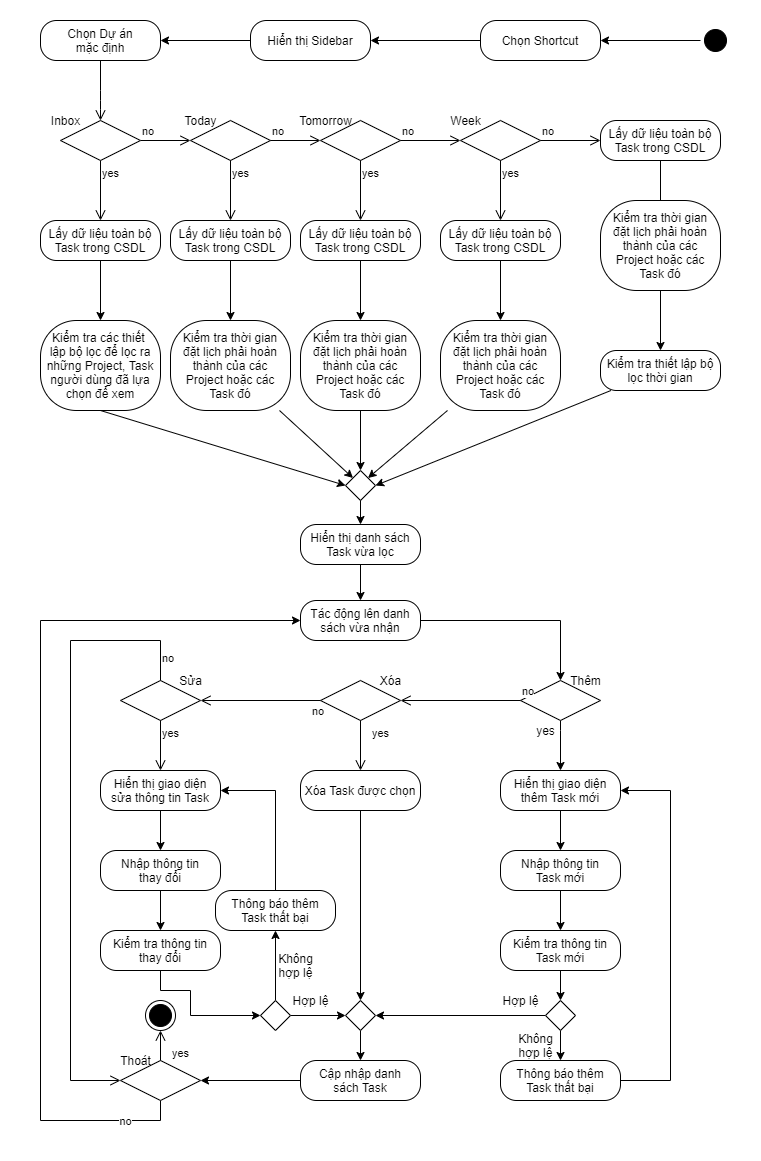
Above: ToDoApp-Doc/Document/Diagram/Activity Diagram/DefaultProjectManagement/ActivityDiagram_DefaultProjectManagement.png in Merevoli-DatLuu/To-Do-App (draw.io), before the change. Source tidied: cells renumbered, new cells last; positions are measured from the earlier drawing's top-left corner, leaving out a move shared by most shapes.
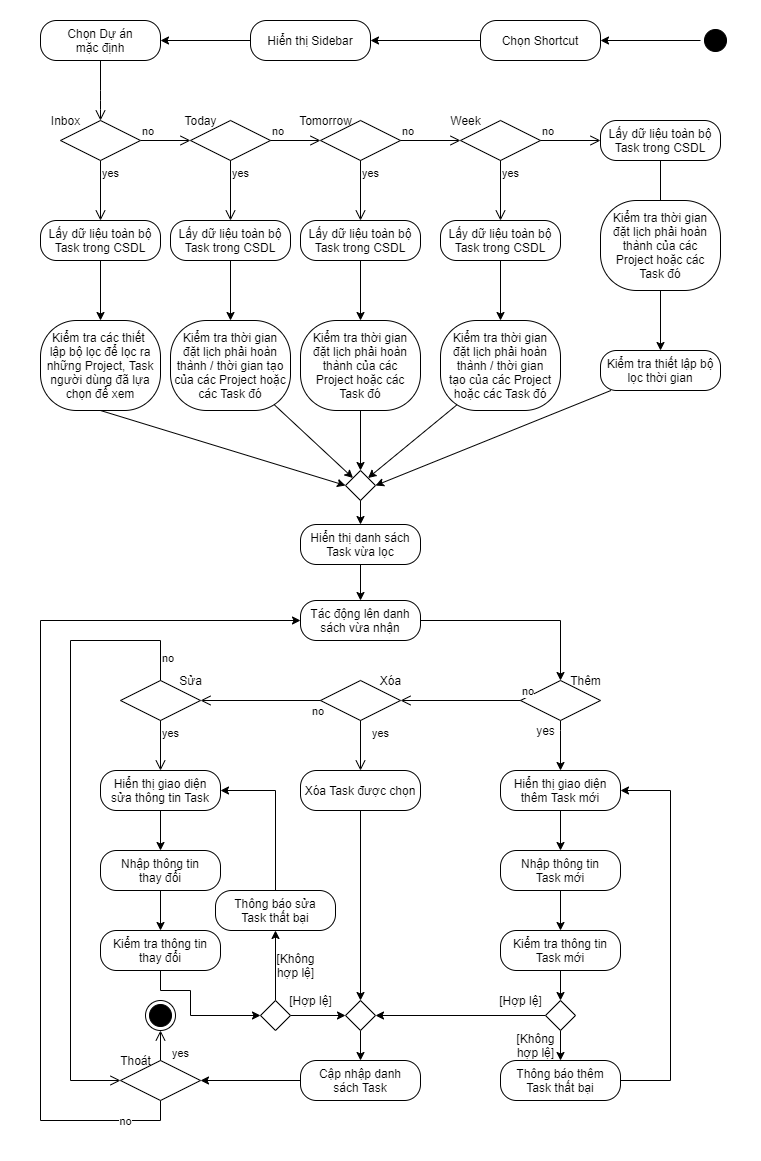
After the change.

Commit message:
'[Modified]: DefaultProjectManagement Activity Diagram

What changed in the source:
```diff
@@ -112,10 +112,10 @@
         <mxPoint x="660" y="210" as="targetPoint" />
       </mxGeometry>
     </mxCell>
-    <mxCell id="34" style="edgeStyle=none;rounded=0;jettySize=auto;html=1;entryX=0;entryY=0;entryDx=0;entryDy=0;strokeColor=#000000;" parent="1" edge="1" source="35" target="67">
+    <mxCell id="34" style="edgeStyle=none;rounded=0;jettySize=auto;html=1;entryX=0;entryY=0;entryDx=0;entryDy=0;strokeColor=#000000;exitX=0.864;exitY=0.935;exitDx=0;exitDy=0;exitPerimeter=0;" parent="1" edge="1" source="35" target="67">
       <mxGeometry relative="1" as="geometry" />
     </mxCell>
-    <mxCell id="35" value="&lt;table class=&quot;NormalTable&quot;&gt;&lt;tbody&gt;&lt;tr&gt;&lt;td width=&quot;200&quot;&gt;&lt;span class=&quot;fontstyle0&quot;&gt;Kiểm tra thời gian đặt lịch phải hoàn thành của các Project hoặc các Task đó&lt;/span&gt;&lt;/td&gt;&lt;/tr&gt;&lt;/tbody&gt;&lt;/table&gt; " style="rounded=1;whiteSpace=wrap;html=1;arcSize=40;" parent="1" vertex="1">
+    <mxCell id="35" value="&lt;table class=&quot;NormalTable&quot;&gt;&lt;tbody&gt;&lt;tr&gt;&lt;td width=&quot;200&quot;&gt;&lt;span class=&quot;fontstyle0&quot;&gt;Kiểm tra thời gian đặt lịch phải hoàn thành / thời gian tạo của các Project hoặc các Task đó&lt;/span&gt;&lt;/td&gt;&lt;/tr&gt;&lt;/tbody&gt;&lt;/table&gt; " style="rounded=1;whiteSpace=wrap;html=1;arcSize=40;" parent="1" vertex="1">
       <mxGeometry x="170" y="320" width="120" height="90" as="geometry" />
     </mxCell>
     <mxCell id="36" style="edgeStyle=none;rounded=0;jettySize=auto;html=1;entryX=0.5;entryY=0;entryDx=0;entryDy=0;strokeColor=#000000;" parent="1" edge="1" source="37" target="67">
@@ -124,10 +124,10 @@
     <mxCell id="37" value="&lt;table class=&quot;NormalTable&quot;&gt;&lt;tbody&gt;&lt;tr&gt;&lt;td width=&quot;200&quot;&gt;&lt;span class=&quot;fontstyle0&quot;&gt;Kiểm tra thời gian đặt lịch phải hoàn thành của các Project hoặc các Task đó&lt;/span&gt;&lt;/td&gt;&lt;/tr&gt;&lt;/tbody&gt;&lt;/table&gt; " style="rounded=1;whiteSpace=wrap;html=1;arcSize=40;" parent="1" vertex="1">
       <mxGeometry x="300" y="320" width="120" height="90" as="geometry" />
     </mxCell>
-    <mxCell id="38" style="edgeStyle=none;rounded=0;jettySize=auto;html=1;entryX=1;entryY=0;entryDx=0;entryDy=0;strokeColor=#000000;" parent="1" edge="1" source="39" target="67">
+    <mxCell id="38" style="edgeStyle=none;rounded=0;jettySize=auto;html=1;entryX=1;entryY=0;entryDx=0;entryDy=0;strokeColor=#000000;exitX=0.137;exitY=0.937;exitDx=0;exitDy=0;exitPerimeter=0;" parent="1" edge="1" source="39" target="67">
       <mxGeometry relative="1" as="geometry" />
     </mxCell>
-    <mxCell id="39" value="&lt;table class=&quot;NormalTable&quot;&gt;&lt;tbody&gt;&lt;tr&gt;&lt;td width=&quot;200&quot;&gt;&lt;span class=&quot;fontstyle0&quot;&gt;Kiểm tra thời gian đặt lịch phải hoàn thành của các Project hoặc các Task đó&lt;/span&gt;&lt;/td&gt;&lt;/tr&gt;&lt;/tbody&gt;&lt;/table&gt; " style="rounded=1;whiteSpace=wrap;html=1;arcSize=40;" parent="1" vertex="1">
+    <mxCell id="39" value="&lt;table class=&quot;NormalTable&quot;&gt;&lt;tbody&gt;&lt;tr&gt;&lt;td width=&quot;200&quot;&gt;&lt;span class=&quot;fontstyle0&quot;&gt;Kiểm tra thời gian đặt lịch phải hoàn thành&amp;nbsp;/ thời gian tạo&amp;nbsp;của các Project hoặc các Task đó&lt;br&gt;&lt;/span&gt;&lt;/td&gt;&lt;/tr&gt;&lt;/tbody&gt;&lt;/table&gt; " style="rounded=1;whiteSpace=wrap;html=1;arcSize=40;" parent="1" vertex="1">
       <mxGeometry x="440" y="320" width="120" height="90" as="geometry" />
     </mxCell>
     <mxCell id="40" style="edgeStyle=none;rounded=0;jettySize=auto;html=1;entryX=0.5;entryY=0;entryDx=0;entryDy=0;strokeColor=#000000;" parent="1" edge="1" source="41" target="43">
@@ -300,11 +300,11 @@
     <mxCell id="90" style="rhombus;strokeColor=#000000;fillColor=#FFFFFF;" parent="1" vertex="1">
       <mxGeometry x="545" y="1000" width="30" height="30" as="geometry" />
     </mxCell>
-    <mxCell id="91" value="Hợp lệ" style="text;html=1;align=center;verticalAlign=middle;" parent="1" vertex="1">
-      <mxGeometry x="285" y="990" width="50" height="20" as="geometry" />
+    <mxCell id="91" value="[Hợp lệ]" style="text;html=1;align=center;verticalAlign=middle;" parent="1" vertex="1">
+      <mxGeometry x="280" y="990" width="60" height="20" as="geometry" />
     </mxCell>
-    <mxCell id="92" value="Hợp lệ" style="text;html=1;align=center;verticalAlign=middle;" parent="1" vertex="1">
-      <mxGeometry x="495" y="990" width="50" height="20" as="geometry" />
+    <mxCell id="92" value="[Hợp lệ]" style="text;html=1;align=center;verticalAlign=middle;" parent="1" vertex="1">
+      <mxGeometry x="490" y="990" width="60" height="20" as="geometry" />
     </mxCell>
     <mxCell id="93" style="edgeStyle=orthogonalEdgeStyle;rounded=0;jettySize=auto;html=1;entryX=1;entryY=0.5;entryDx=0;entryDy=0;" parent="1" edge="1" source="94" target="54">
       <mxGeometry relative="1" as="geometry">
@@ -317,7 +317,7 @@
     <mxCell id="94" value="Thông báo thêm&lt;br&gt;Task thất bại" style="rounded=1;whiteSpace=wrap;html=1;arcSize=40;" parent="1" vertex="1">
       <mxGeometry x="500" y="1060" width="120" height="40" as="geometry" />
     </mxCell>
-    <mxCell id="95" value="Không&lt;br&gt;hợp lệ" style="text;html=1;align=center;verticalAlign=middle;" parent="1" vertex="1">
+    <mxCell id="95" value="[Không&lt;br&gt;hợp lệ]" style="text;html=1;align=center;verticalAlign=middle;" parent="1" vertex="1">
       <mxGeometry x="510" y="1030" width="50" height="30" as="geometry" />
     </mxCell>
     <mxCell id="96" style="edgeStyle=orthogonalEdgeStyle;rounded=0;jettySize=auto;html=1;entryX=0.5;entryY=0;entryDx=0;entryDy=0;" parent="1" edge="1" source="97" target="99">
@@ -350,10 +350,10 @@
     <mxCell id="103" style="edgeStyle=orthogonalEdgeStyle;rounded=0;jettySize=auto;html=1;entryX=1;entryY=0.5;entryDx=0;entryDy=0;" parent="1" edge="1" source="104" target="58">
       <mxGeometry relative="1" as="geometry" />
     </mxCell>
-    <mxCell id="104" value="Thông báo thêm&lt;br&gt;Task thất bại" style="rounded=1;whiteSpace=wrap;html=1;arcSize=40;" parent="1" vertex="1">
+    <mxCell id="104" value="Thông báo sửa&lt;br&gt;Task thất bại" style="rounded=1;whiteSpace=wrap;html=1;arcSize=40;" parent="1" vertex="1">
       <mxGeometry x="215" y="890" width="120" height="40" as="geometry" />
     </mxCell>
-    <mxCell id="105" value="Không&lt;br&gt;hợp lệ" style="text;html=1;align=center;verticalAlign=middle;" parent="1" vertex="1">
+    <mxCell id="105" value="[Không&lt;br&gt;hợp lệ]" style="text;html=1;align=center;verticalAlign=middle;" parent="1" vertex="1">
       <mxGeometry x="270" y="950" width="50" height="30" as="geometry" />
     </mxCell>
   </root>
```
